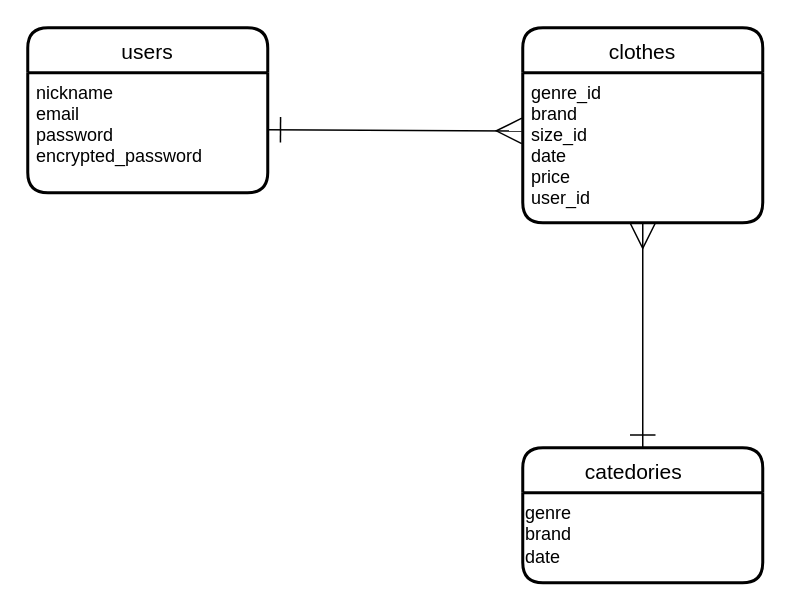
The draw.io diagram ER .dio in mayachacha/closetcare, before the edit. Source tidied: cells renumbered, new cells numbered last; positions are measured from the earlier drawing's top-left corner, leaving out a move shared by most shapes. Both pictures are drawn from the tidied source at 150%, with x=0, y=0 at pixel (27, 27).
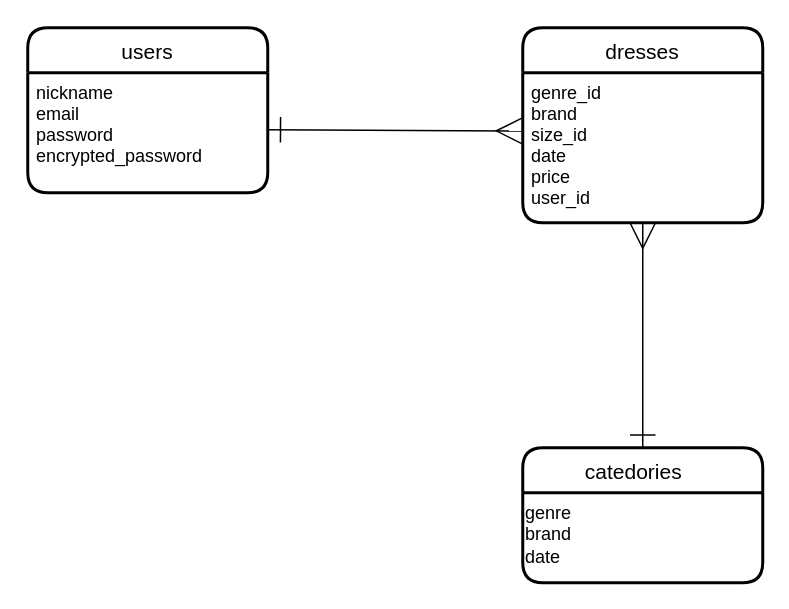
The same diagram, later.

Diff of the diagram source:
```diff
@@
 <mxGraphModel>
   <root>
     <mxCell id="0" />
     <mxCell id="1" parent="0" />
     <mxCell id="2" value="users" style="swimlane;horizontal=1;startSize=30;rounded=1;fontSize=14;fontStyle=0;strokeWidth=2;shadow=0;dashed=0;align=center;" parent="1" vertex="1">
       <mxGeometry width="160" height="110" as="geometry" />
     </mxCell>
     <mxCell id="3" value="nickname&#10;email&#10;password&#10;encrypted_password&#10;" style="align=left;strokeColor=none;fillColor=none;spacingLeft=4;fontSize=12;verticalAlign=top;" parent="2" vertex="1">
       <mxGeometry y="30" width="160" height="80" as="geometry" />
     </mxCell>
     <mxCell id="4" value="catedories   " style="swimlane;horizontal=1;startSize=30;rounded=1;fontSize=14;fontStyle=0;strokeWidth=2;shadow=0;dashed=0;align=center;" parent="1" vertex="1">
       <mxGeometry x="330" y="280" width="160" height="90" as="geometry" />
     </mxCell>
     <mxCell id="5" value="genre&lt;br&gt;brand&lt;br&gt;date" style="text;html=1;align=left;verticalAlign=top;strokeColor=none;fillColor=none;" parent="4" vertex="1">
       <mxGeometry y="30" width="160" height="60" as="geometry" />
     </mxCell>
-    <mxCell id="6" value="clothes" style="swimlane;horizontal=1;startSize=30;rounded=1;fontSize=14;fontStyle=0;strokeWidth=2;shadow=0;dashed=0;align=center;" parent="1" vertex="1">
+    <mxCell id="6" value="dresses" style="swimlane;horizontal=1;startSize=30;rounded=1;fontSize=14;fontStyle=0;strokeWidth=2;shadow=0;dashed=0;align=center;" parent="1" vertex="1">
       <mxGeometry x="330" width="160" height="130" as="geometry" />
     </mxCell>
     <mxCell id="7" value="genre_id&#10;brand&#10;size_id&#10;date&#10;price&#10;user_id&#10;" style="align=left;strokeColor=none;fillColor=none;spacingLeft=4;fontSize=12;verticalAlign=top;" parent="6" vertex="1">
       <mxGeometry y="30" width="160" height="100" as="geometry" />
     </mxCell>
     <mxCell id="8" style="edgeStyle=none;html=1;endArrow=ERmany;endFill=0;endSize=15;startSize=15;startArrow=ERone;startFill=0;entryX=-0.004;entryY=0.388;entryDx=0;entryDy=0;entryPerimeter=0;" parent="1" edge="1" source="3" target="7">
       <mxGeometry relative="1" as="geometry">
         <Array as="points">
           <mxPoint x="160" y="68" />
         </Array>
       </mxGeometry>
     </mxCell>
     <mxCell id="9" style="edgeStyle=none;html=1;startArrow=ERmany;startFill=0;endArrow=ERone;endFill=0;startSize=15;endSize=15;" parent="1" edge="1" source="7">
       <mxGeometry relative="1" as="geometry">
         <mxPoint x="410" y="280" as="targetPoint" />
       </mxGeometry>
     </mxCell>
   </root>
 </mxGraphModel>
```
